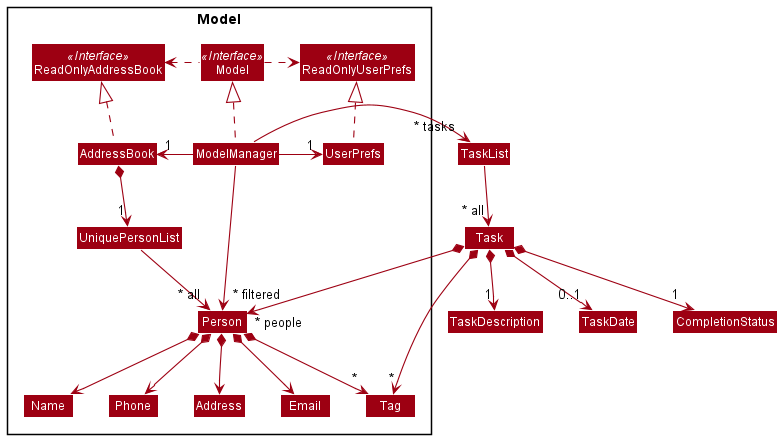
Above: docs/images/ModelClassDiagram.png in nus-cs2103-AY2122S1/tp (PlantUML), before the change. The source it was exported from:
```plantuml
@startuml
!include style.puml
skinparam arrowThickness 1.1
skinparam arrowColor MODEL_COLOR
skinparam classBackgroundColor MODEL_COLOR

Package Model <<Rectangle>>{
Interface ReadOnlyAddressBook <<Interface>>
Interface ReadOnlyUserPrefs <<Interface>>
Interface Model <<Interface>>
Class AddressBook
Class ReadOnlyAddressBook
Class Model
Class ModelManager
Class UserPrefs
Class ReadOnlyUserPrefs


Class UniquePersonList
Class Person
Class Address
Class Email
Class Name
Class Phone
Class Tag

}



AddressBook .up.|> ReadOnlyAddressBook

ModelManager .up.|> Model
Model .right.> ReadOnlyUserPrefs
Model .left.> ReadOnlyAddressBook
ModelManager -left-> "1" AddressBook
ModelManager -right-> "1" UserPrefs
UserPrefs .up.|> ReadOnlyUserPrefs

AddressBook *--> "1" UniquePersonList
UniquePersonList --> "~* all" Person
Person *--> Name
Person *--> Phone
Person *--> Email
Person *--> Address
Person *--> "*" Tag

Class Task
Class TaskList
Class TaskDescription
Class TaskDate
Class CompletionStatus
TaskList -> "~* all" Task
Task *-> "*" Tag
Task *--> "1" TaskDescription
Task *--> "0..1" TaskDate
Task *--> "1" CompletionStatus
Task *--> "~* people" Person




Name -[hidden]right-> Phone
Phone -[hidden]right-> Address
Address -[hidden]right-> Email

ModelManager -->"~* filtered" Person
ModelManager ->"~* tasks" TaskList
@enduml
```
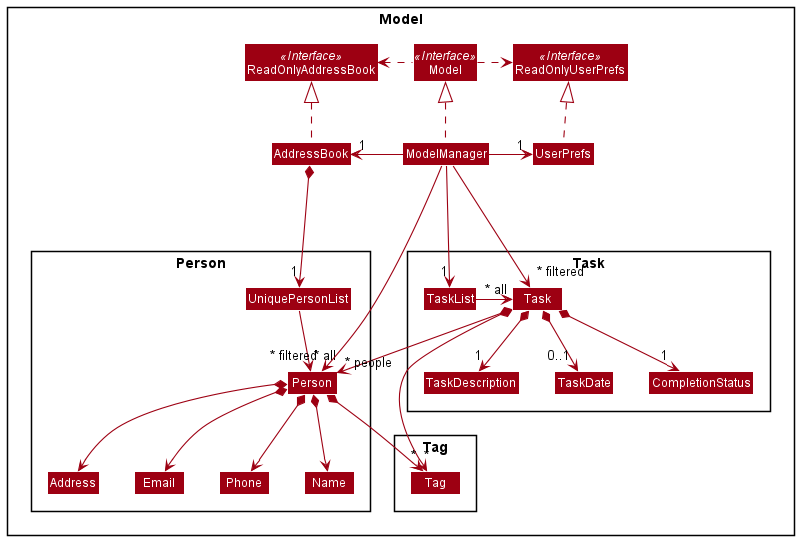
Later version of the same file.

Commit message:
Update Model Class Diagram in DG

What changed in the source:
```diff
@@ -15,18 +15,35 @@
 Class UserPrefs
 Class ReadOnlyUserPrefs
 
-
+package Person {
 Class UniquePersonList
 Class Person
 Class Address
 Class Email
 Class Name
 Class Phone
-Class Tag
-
 }
 
+package Task {
+Class Task
+Class TaskList
+Class TaskDescription
+Class TaskDate
+Class CompletionStatus
+}
 
+package Tag {
+Class Tag
+}
+}
+
+Task *--> "1" TaskDescription
+Task *-> "*" Tag
+TaskList -> "~* all" Task
+
+Task *--> "0..1" TaskDate
+Task *--> "1" CompletionStatus
+Task *--> "~* people" Person
 
 AddressBook .up.|> ReadOnlyAddressBook
 
@@ -34,36 +51,24 @@
 Model .right.> ReadOnlyUserPrefs
 Model .left.> ReadOnlyAddressBook
 ModelManager -left-> "1" AddressBook
+ModelManager ->"1" TaskList
 ModelManager -right-> "1" UserPrefs
 UserPrefs .up.|> ReadOnlyUserPrefs
 
 AddressBook *--> "1" UniquePersonList
 UniquePersonList --> "~* all" Person
-Person *--> Name
-Person *--> Phone
-Person *--> Email
+Person *-> Name
+Person *-> Phone
+Person *-> Email
 Person *--> Address
-Person *--> "*" Tag
+Person *-> "*" Tag
 
-Class Task
-Class TaskList
-Class TaskDescription
-Class TaskDate
-Class CompletionStatus
-TaskList -> "~* all" Task
-Task *-> "*" Tag
-Task *--> "1" TaskDescription
-Task *--> "0..1" TaskDate
-Task *--> "1" CompletionStatus
-Task *--> "~* people" Person
+TaskDescription -[hidden]down-> Tag
 
-
-
-
-Name -[hidden]right-> Phone
-Phone -[hidden]right-> Address
+Name -[hidden]left-> Phone
+Phone -[hidden]left-> Address
 Address -[hidden]right-> Email
 
 ModelManager -->"~* filtered" Person
-ModelManager ->"~* tasks" TaskList
+ModelManager --->"~* filtered" Task
 @enduml
```
